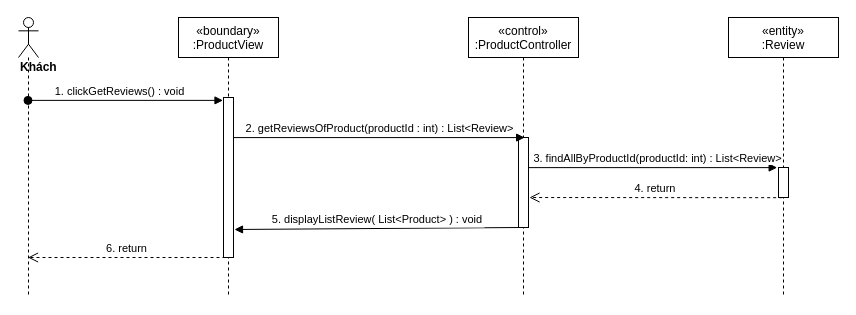
The draw.io diagram sequence diagram/getReviews-sequence.drawio in nguyenphamvan/datn_20202, before the edit. Source tidied: cells renumbered, new cells numbered last; positions are measured from the earlier drawing's top-left corner, leaving out a move shared by most shapes. Both pictures are drawn from the tidied source at 100%, with x=0, y=0 at pixel (18, 17).
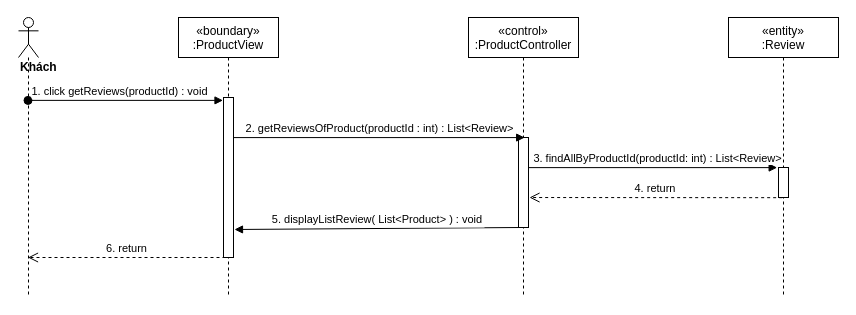
Above is the later version.

Diff of the diagram source:
```diff
@@
 <mxGraphModel>
   <root>
     <mxCell id="0" />
     <mxCell id="1" parent="0" />
     <mxCell id="2" value="«boundary»&#10;:ProductView" style="shape=umlLifeline;perimeter=lifelinePerimeter;rounded=0;shadow=0;strokeWidth=1;" parent="1" vertex="1">
       <mxGeometry x="160" width="100" height="280" as="geometry" />
     </mxCell>
     <mxCell id="3" style="points=[];perimeter=orthogonalPerimeter;rounded=0;shadow=0;strokeWidth=1;" parent="2" vertex="1">
       <mxGeometry x="45" y="80" width="10" height="160" as="geometry" />
     </mxCell>
     <mxCell id="4" value="«control»&#10;:ProductController" style="shape=umlLifeline;perimeter=lifelinePerimeter;rounded=0;shadow=0;strokeWidth=1;" parent="1" vertex="1">
       <mxGeometry x="450" width="110" height="280" as="geometry" />
     </mxCell>
     <mxCell id="5" style="points=[];perimeter=orthogonalPerimeter;rounded=0;shadow=0;strokeWidth=1;" parent="4" vertex="1">
       <mxGeometry x="50" y="120" width="10" height="90" as="geometry" />
     </mxCell>
     <mxCell id="6" value="&lt;div&gt;&lt;b&gt;Khách&lt;/b&gt;&lt;/div&gt;" style="shape=umlLifeline;participant=umlActor;perimeter=lifelinePerimeter;whiteSpace=wrap;html=1;verticalAlign=top;spacingTop=36;outlineConnect=0;align=left;" parent="1" vertex="1">
       <mxGeometry width="20" height="280" as="geometry" />
     </mxCell>
-    <mxCell id="7" value="1. clickGetReviews() : void" style="verticalAlign=bottom;startArrow=oval;endArrow=block;startSize=8;shadow=0;strokeWidth=1;entryX=-0.05;entryY=0.018;entryDx=0;entryDy=0;entryPerimeter=0;" parent="1" edge="1" source="6" target="3">
+    <mxCell id="7" value="1. click getReviews(productId) : void" style="verticalAlign=bottom;startArrow=oval;endArrow=block;startSize=8;shadow=0;strokeWidth=1;entryX=-0.05;entryY=0.018;entryDx=0;entryDy=0;entryPerimeter=0;" parent="1" edge="1" source="6" target="3">
       <mxGeometry x="-0.06" relative="1" as="geometry" />
     </mxCell>
     <mxCell id="8" value="2. getReviewsOfProduct(productId : int) : List&amp;lt;Review&amp;gt;" style="html=1;verticalAlign=bottom;endArrow=block;entryX=0.617;entryY=0.001;entryDx=0;entryDy=0;entryPerimeter=0;" parent="1" edge="1" source="3" target="5">
       <mxGeometry relative="1" as="geometry" />
     </mxCell>
     <mxCell id="9" value="«entity»&#10;:Review" style="shape=umlLifeline;perimeter=lifelinePerimeter;rounded=0;shadow=0;strokeWidth=1;" parent="1" vertex="1">
       <mxGeometry x="710" width="110" height="280" as="geometry" />
     </mxCell>
     <mxCell id="10" style="points=[];perimeter=orthogonalPerimeter;rounded=0;shadow=0;strokeWidth=1;" parent="9" vertex="1">
       <mxGeometry x="50" y="150" width="10" height="30" as="geometry" />
     </mxCell>
     <mxCell id="11" value="3. findAllByProductId(productId: int) : List&amp;lt;Review&amp;gt;" style="html=1;verticalAlign=bottom;endArrow=block;entryX=-0.133;entryY=0.004;entryDx=0;entryDy=0;entryPerimeter=0;" parent="1" edge="1" source="5" target="10">
       <mxGeometry x="0.04" relative="1" as="geometry" />
     </mxCell>
     <mxCell id="12" value="4. return&amp;nbsp;" style="html=1;verticalAlign=bottom;endArrow=open;dashed=1;endSize=8;exitX=0.367;exitY=1.006;exitDx=0;exitDy=0;exitPerimeter=0;entryX=1.1;entryY=0.667;entryDx=0;entryDy=0;entryPerimeter=0;" parent="1" edge="1" source="10" target="5">
       <mxGeometry relative="1" as="geometry" />
     </mxCell>
     <mxCell id="13" value="5. displayListReview( List&lt;Product&gt; ) : void" style="verticalAlign=bottom;endArrow=block;shadow=0;strokeWidth=1;entryX=1.1;entryY=0.825;entryDx=0;entryDy=0;entryPerimeter=0;exitX=0.3;exitY=1;exitDx=0;exitDy=0;exitPerimeter=0;" parent="1" edge="1" source="5" target="3">
       <mxGeometry relative="1" as="geometry" />
     </mxCell>
     <mxCell id="14" value="6. return" style="html=1;verticalAlign=bottom;endArrow=open;dashed=1;endSize=8;exitX=0.2;exitY=1;exitDx=0;exitDy=0;exitPerimeter=0;" parent="1" edge="1" source="3" target="6">
       <mxGeometry relative="1" as="geometry" />
     </mxCell>
   </root>
 </mxGraphModel>
```
